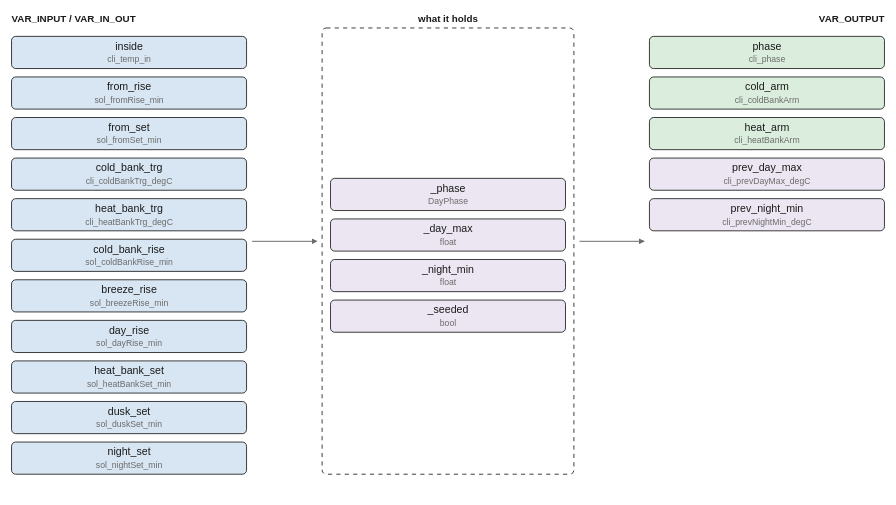
The draw.io diagram images/logic/day_phase.drawio.svg in pstch/botanik2, before a commit. Source tidied: cells renumbered, new cells last; positions are measured from the earlier drawing's top-left corner, leaving out a move shared by most shapes. The source it was exported from:
```xml
<mxGraphModel>
  <root>
    <mxCell id="0" />
    <mxCell id="1" parent="0" />
    <mxCell id="2" value="VAR_INPUT / VAR_IN_OUT" style="text;html=1;fontSize=7;fontColor=#1a1a1a;align=left;fontStyle=1;" parent="1" vertex="1">
      <mxGeometry width="110" height="11" as="geometry" />
    </mxCell>
    <mxCell id="3" value="what it holds" style="text;html=1;fontSize=7;fontColor=#1a1a1a;align=center;fontStyle=1;" parent="1" vertex="1">
      <mxGeometry x="312" width="65" height="11" as="geometry" />
    </mxCell>
    <mxCell id="4" value="VAR_OUTPUT" style="text;html=1;fontSize=7;fontColor=#1a1a1a;align=left;fontStyle=1;" parent="1" vertex="1">
      <mxGeometry x="624" width="50" height="11" as="geometry" />
    </mxCell>
    <mxCell id="5" value="inside" style="rounded=1;fillColor=#d8e6f3;strokeColor=#1a1a1a;whiteSpace=wrap;html=1;fontSize=8;" parent="1" vertex="1">
      <mxGeometry y="17" width="168" height="23" as="geometry" />
    </mxCell>
    <mxCell id="6" value="from_rise" style="rounded=1;fillColor=#d8e6f3;strokeColor=#1a1a1a;whiteSpace=wrap;html=1;fontSize=8;" parent="1" vertex="1">
      <mxGeometry y="46" width="168" height="23" as="geometry" />
    </mxCell>
    <mxCell id="7" value="from_set" style="rounded=1;fillColor=#d8e6f3;strokeColor=#1a1a1a;whiteSpace=wrap;html=1;fontSize=8;" parent="1" vertex="1">
      <mxGeometry y="75" width="168" height="23" as="geometry" />
    </mxCell>
    <mxCell id="8" value="cold_bank_trg" style="rounded=1;fillColor=#d8e6f3;strokeColor=#1a1a1a;whiteSpace=wrap;html=1;fontSize=8;" parent="1" vertex="1">
      <mxGeometry y="104" width="168" height="23" as="geometry" />
    </mxCell>
    <mxCell id="9" value="heat_bank_trg" style="rounded=1;fillColor=#d8e6f3;strokeColor=#1a1a1a;whiteSpace=wrap;html=1;fontSize=8;" parent="1" vertex="1">
      <mxGeometry y="133" width="168" height="23" as="geometry" />
    </mxCell>
    <mxCell id="10" value="cold_bank_rise" style="rounded=1;fillColor=#d8e6f3;strokeColor=#1a1a1a;whiteSpace=wrap;html=1;fontSize=8;" parent="1" vertex="1">
      <mxGeometry y="162" width="168" height="23" as="geometry" />
    </mxCell>
    <mxCell id="11" value="breeze_rise" style="rounded=1;fillColor=#d8e6f3;strokeColor=#1a1a1a;whiteSpace=wrap;html=1;fontSize=8;" parent="1" vertex="1">
      <mxGeometry y="191" width="168" height="23" as="geometry" />
    </mxCell>
    <mxCell id="12" value="day_rise" style="rounded=1;fillColor=#d8e6f3;strokeColor=#1a1a1a;whiteSpace=wrap;html=1;fontSize=8;" parent="1" vertex="1">
      <mxGeometry y="220" width="168" height="23" as="geometry" />
    </mxCell>
    <mxCell id="13" value="heat_bank_set" style="rounded=1;fillColor=#d8e6f3;strokeColor=#1a1a1a;whiteSpace=wrap;html=1;fontSize=8;" parent="1" vertex="1">
      <mxGeometry y="249" width="168" height="23" as="geometry" />
    </mxCell>
    <mxCell id="14" value="dusk_set" style="rounded=1;fillColor=#d8e6f3;strokeColor=#1a1a1a;whiteSpace=wrap;html=1;fontSize=8;" parent="1" vertex="1">
      <mxGeometry y="278" width="168" height="23" as="geometry" />
    </mxCell>
    <mxCell id="15" value="night_set" style="rounded=1;fillColor=#d8e6f3;strokeColor=#1a1a1a;whiteSpace=wrap;html=1;fontSize=8;" parent="1" vertex="1">
      <mxGeometry y="307" width="168" height="23" as="geometry" />
    </mxCell>
    <mxCell id="16" value="phase" style="rounded=1;fillColor=#dbeedd;strokeColor=#1a1a1a;whiteSpace=wrap;html=1;fontSize=8;" parent="1" vertex="1">
      <mxGeometry x="456" y="17" width="168" height="23" as="geometry" />
    </mxCell>
    <mxCell id="17" value="cold_arm" style="rounded=1;fillColor=#dbeedd;strokeColor=#1a1a1a;whiteSpace=wrap;html=1;fontSize=8;" parent="1" vertex="1">
      <mxGeometry x="456" y="46" width="168" height="23" as="geometry" />
    </mxCell>
    <mxCell id="18" value="heat_arm" style="rounded=1;fillColor=#dbeedd;strokeColor=#1a1a1a;whiteSpace=wrap;html=1;fontSize=8;" parent="1" vertex="1">
      <mxGeometry x="456" y="75" width="168" height="23" as="geometry" />
    </mxCell>
    <mxCell id="19" value="prev_day_max" style="rounded=1;fillColor=#ece6f2;strokeColor=#1a1a1a;whiteSpace=wrap;html=1;fontSize=8;" parent="1" vertex="1">
      <mxGeometry x="456" y="104" width="168" height="23" as="geometry" />
    </mxCell>
    <mxCell id="20" value="prev_night_min" style="rounded=1;fillColor=#ece6f2;strokeColor=#1a1a1a;whiteSpace=wrap;html=1;fontSize=8;" parent="1" vertex="1">
      <mxGeometry x="456" y="133" width="168" height="23" as="geometry" />
    </mxCell>
    <mxCell id="21" style="rounded=1;fillColor=#ffffff;strokeColor=#1a1a1a;whiteSpace=wrap;html=1;fontSize=8;dashed=1;" parent="1" vertex="1">
      <mxGeometry x="222" y="11" width="180" height="319" as="geometry" />
    </mxCell>
    <mxCell id="22" value="_phase" style="rounded=1;fillColor=#ece6f2;strokeColor=#1a1a1a;whiteSpace=wrap;html=1;fontSize=8;" parent="1" vertex="1">
      <mxGeometry x="228" y="118.5" width="168" height="23" as="geometry" />
    </mxCell>
    <mxCell id="23" value="_day_max" style="rounded=1;fillColor=#ece6f2;strokeColor=#1a1a1a;whiteSpace=wrap;html=1;fontSize=8;" parent="1" vertex="1">
      <mxGeometry x="228" y="147.5" width="168" height="23" as="geometry" />
    </mxCell>
    <mxCell id="24" value="_night_min" style="rounded=1;fillColor=#ece6f2;strokeColor=#1a1a1a;whiteSpace=wrap;html=1;fontSize=8;" parent="1" vertex="1">
      <mxGeometry x="228" y="176.5" width="168" height="23" as="geometry" />
    </mxCell>
    <mxCell id="25" value="_seeded" style="rounded=1;fillColor=#ece6f2;strokeColor=#1a1a1a;whiteSpace=wrap;html=1;fontSize=8;" parent="1" vertex="1">
      <mxGeometry x="228" y="205.5" width="168" height="23" as="geometry" />
    </mxCell>
    <mxCell id="26" style="edgeStyle=none;html=1;strokeColor=#6b6b6b;endArrow=block;" parent="1" edge="1">
      <mxGeometry relative="1" as="geometry">
        <mxPoint x="172" y="163.5" as="sourcePoint" />
        <mxPoint x="218" y="163.5" as="targetPoint" />
      </mxGeometry>
    </mxCell>
    <mxCell id="27" style="edgeStyle=none;html=1;strokeColor=#6b6b6b;endArrow=block;" parent="1" edge="1">
      <mxGeometry relative="1" as="geometry">
        <mxPoint x="406" y="163.5" as="sourcePoint" />
        <mxPoint x="452" y="163.5" as="targetPoint" />
      </mxGeometry>
    </mxCell>
  </root>
</mxGraphModel>
```
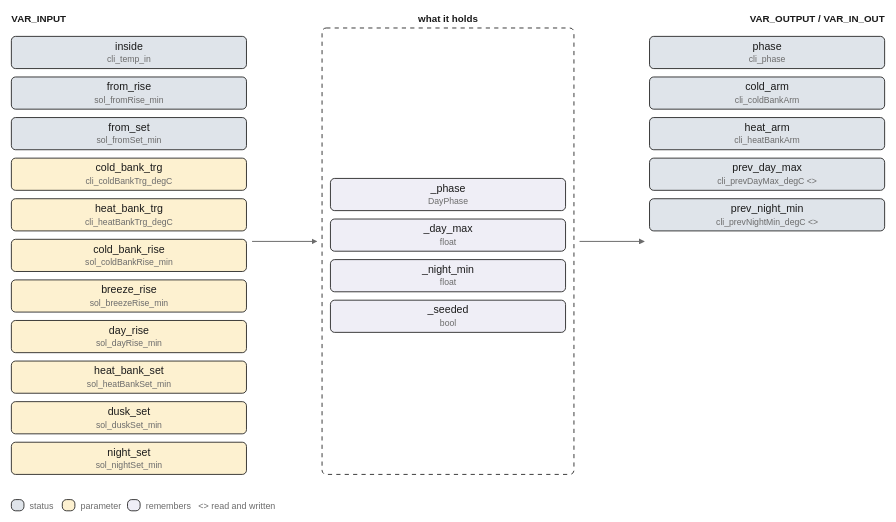
The same file after the commit.

The edit, as a diff of the source:
```diff
@@ -2,76 +2,76 @@
   <root>
     <mxCell id="0" />
     <mxCell id="1" parent="0" />
-    <mxCell id="2" value="VAR_INPUT / VAR_IN_OUT" style="text;html=1;fontSize=7;fontColor=#1a1a1a;align=left;fontStyle=1;" parent="1" vertex="1">
-      <mxGeometry width="110" height="11" as="geometry" />
+    <mxCell id="2" value="VAR_INPUT" style="text;html=1;fontSize=7;fontColor=#1a1a1a;align=left;fontStyle=1;" parent="1" vertex="1">
+      <mxGeometry width="45" height="11" as="geometry" />
     </mxCell>
     <mxCell id="3" value="what it holds" style="text;html=1;fontSize=7;fontColor=#1a1a1a;align=center;fontStyle=1;" parent="1" vertex="1">
       <mxGeometry x="312" width="65" height="11" as="geometry" />
     </mxCell>
-    <mxCell id="4" value="VAR_OUTPUT" style="text;html=1;fontSize=7;fontColor=#1a1a1a;align=left;fontStyle=1;" parent="1" vertex="1">
-      <mxGeometry x="624" width="50" height="11" as="geometry" />
+    <mxCell id="4" value="VAR_OUTPUT / VAR_IN_OUT" style="text;html=1;fontSize=7;fontColor=#1a1a1a;align=left;fontStyle=1;" parent="1" vertex="1">
+      <mxGeometry x="624" width="115" height="11" as="geometry" />
     </mxCell>
-    <mxCell id="5" value="inside" style="rounded=1;fillColor=#d8e6f3;strokeColor=#1a1a1a;whiteSpace=wrap;html=1;fontSize=8;" parent="1" vertex="1">
+    <mxCell id="5" value="inside" style="rounded=1;fillColor=#dfe4ea;strokeColor=#1a1a1a;whiteSpace=wrap;html=1;fontSize=8;" parent="1" vertex="1">
       <mxGeometry y="17" width="168" height="23" as="geometry" />
     </mxCell>
-    <mxCell id="6" value="from_rise" style="rounded=1;fillColor=#d8e6f3;strokeColor=#1a1a1a;whiteSpace=wrap;html=1;fontSize=8;" parent="1" vertex="1">
+    <mxCell id="6" value="from_rise" style="rounded=1;fillColor=#dfe4ea;strokeColor=#1a1a1a;whiteSpace=wrap;html=1;fontSize=8;" parent="1" vertex="1">
       <mxGeometry y="46" width="168" height="23" as="geometry" />
     </mxCell>
-    <mxCell id="7" value="from_set" style="rounded=1;fillColor=#d8e6f3;strokeColor=#1a1a1a;whiteSpace=wrap;html=1;fontSize=8;" parent="1" vertex="1">
+    <mxCell id="7" value="from_set" style="rounded=1;fillColor=#dfe4ea;strokeColor=#1a1a1a;whiteSpace=wrap;html=1;fontSize=8;" parent="1" vertex="1">
       <mxGeometry y="75" width="168" height="23" as="geometry" />
     </mxCell>
-    <mxCell id="8" value="cold_bank_trg" style="rounded=1;fillColor=#d8e6f3;strokeColor=#1a1a1a;whiteSpace=wrap;html=1;fontSize=8;" parent="1" vertex="1">
+    <mxCell id="8" value="cold_bank_trg" style="rounded=1;fillColor=#fdf1d0;strokeColor=#1a1a1a;whiteSpace=wrap;html=1;fontSize=8;" parent="1" vertex="1">
       <mxGeometry y="104" width="168" height="23" as="geometry" />
     </mxCell>
-    <mxCell id="9" value="heat_bank_trg" style="rounded=1;fillColor=#d8e6f3;strokeColor=#1a1a1a;whiteSpace=wrap;html=1;fontSize=8;" parent="1" vertex="1">
+    <mxCell id="9" value="heat_bank_trg" style="rounded=1;fillColor=#fdf1d0;strokeColor=#1a1a1a;whiteSpace=wrap;html=1;fontSize=8;" parent="1" vertex="1">
       <mxGeometry y="133" width="168" height="23" as="geometry" />
     </mxCell>
-    <mxCell id="10" value="cold_bank_rise" style="rounded=1;fillColor=#d8e6f3;strokeColor=#1a1a1a;whiteSpace=wrap;html=1;fontSize=8;" parent="1" vertex="1">
+    <mxCell id="10" value="cold_bank_rise" style="rounded=1;fillColor=#fdf1d0;strokeColor=#1a1a1a;whiteSpace=wrap;html=1;fontSize=8;" parent="1" vertex="1">
       <mxGeometry y="162" width="168" height="23" as="geometry" />
     </mxCell>
-    <mxCell id="11" value="breeze_rise" style="rounded=1;fillColor=#d8e6f3;strokeColor=#1a1a1a;whiteSpace=wrap;html=1;fontSize=8;" parent="1" vertex="1">
+    <mxCell id="11" value="breeze_rise" style="rounded=1;fillColor=#fdf1d0;strokeColor=#1a1a1a;whiteSpace=wrap;html=1;fontSize=8;" parent="1" vertex="1">
       <mxGeometry y="191" width="168" height="23" as="geometry" />
     </mxCell>
-    <mxCell id="12" value="day_rise" style="rounded=1;fillColor=#d8e6f3;strokeColor=#1a1a1a;whiteSpace=wrap;html=1;fontSize=8;" parent="1" vertex="1">
+    <mxCell id="12" value="day_rise" style="rounded=1;fillColor=#fdf1d0;strokeColor=#1a1a1a;whiteSpace=wrap;html=1;fontSize=8;" parent="1" vertex="1">
       <mxGeometry y="220" width="168" height="23" as="geometry" />
     </mxCell>
-    <mxCell id="13" value="heat_bank_set" style="rounded=1;fillColor=#d8e6f3;strokeColor=#1a1a1a;whiteSpace=wrap;html=1;fontSize=8;" parent="1" vertex="1">
+    <mxCell id="13" value="heat_bank_set" style="rounded=1;fillColor=#fdf1d0;strokeColor=#1a1a1a;whiteSpace=wrap;html=1;fontSize=8;" parent="1" vertex="1">
       <mxGeometry y="249" width="168" height="23" as="geometry" />
     </mxCell>
-    <mxCell id="14" value="dusk_set" style="rounded=1;fillColor=#d8e6f3;strokeColor=#1a1a1a;whiteSpace=wrap;html=1;fontSize=8;" parent="1" vertex="1">
+    <mxCell id="14" value="dusk_set" style="rounded=1;fillColor=#fdf1d0;strokeColor=#1a1a1a;whiteSpace=wrap;html=1;fontSize=8;" parent="1" vertex="1">
       <mxGeometry y="278" width="168" height="23" as="geometry" />
     </mxCell>
-    <mxCell id="15" value="night_set" style="rounded=1;fillColor=#d8e6f3;strokeColor=#1a1a1a;whiteSpace=wrap;html=1;fontSize=8;" parent="1" vertex="1">
+    <mxCell id="15" value="night_set" style="rounded=1;fillColor=#fdf1d0;strokeColor=#1a1a1a;whiteSpace=wrap;html=1;fontSize=8;" parent="1" vertex="1">
       <mxGeometry y="307" width="168" height="23" as="geometry" />
     </mxCell>
-    <mxCell id="16" value="phase" style="rounded=1;fillColor=#dbeedd;strokeColor=#1a1a1a;whiteSpace=wrap;html=1;fontSize=8;" parent="1" vertex="1">
+    <mxCell id="16" value="phase" style="rounded=1;fillColor=#dfe4ea;strokeColor=#1a1a1a;whiteSpace=wrap;html=1;fontSize=8;" parent="1" vertex="1">
       <mxGeometry x="456" y="17" width="168" height="23" as="geometry" />
     </mxCell>
-    <mxCell id="17" value="cold_arm" style="rounded=1;fillColor=#dbeedd;strokeColor=#1a1a1a;whiteSpace=wrap;html=1;fontSize=8;" parent="1" vertex="1">
+    <mxCell id="17" value="cold_arm" style="rounded=1;fillColor=#dfe4ea;strokeColor=#1a1a1a;whiteSpace=wrap;html=1;fontSize=8;" parent="1" vertex="1">
       <mxGeometry x="456" y="46" width="168" height="23" as="geometry" />
     </mxCell>
-    <mxCell id="18" value="heat_arm" style="rounded=1;fillColor=#dbeedd;strokeColor=#1a1a1a;whiteSpace=wrap;html=1;fontSize=8;" parent="1" vertex="1">
+    <mxCell id="18" value="heat_arm" style="rounded=1;fillColor=#dfe4ea;strokeColor=#1a1a1a;whiteSpace=wrap;html=1;fontSize=8;" parent="1" vertex="1">
       <mxGeometry x="456" y="75" width="168" height="23" as="geometry" />
     </mxCell>
-    <mxCell id="19" value="prev_day_max" style="rounded=1;fillColor=#ece6f2;strokeColor=#1a1a1a;whiteSpace=wrap;html=1;fontSize=8;" parent="1" vertex="1">
+    <mxCell id="19" value="prev_day_max" style="rounded=1;fillColor=#dfe4ea;strokeColor=#1a1a1a;whiteSpace=wrap;html=1;fontSize=8;" parent="1" vertex="1">
       <mxGeometry x="456" y="104" width="168" height="23" as="geometry" />
     </mxCell>
-    <mxCell id="20" value="prev_night_min" style="rounded=1;fillColor=#ece6f2;strokeColor=#1a1a1a;whiteSpace=wrap;html=1;fontSize=8;" parent="1" vertex="1">
+    <mxCell id="20" value="prev_night_min" style="rounded=1;fillColor=#dfe4ea;strokeColor=#1a1a1a;whiteSpace=wrap;html=1;fontSize=8;" parent="1" vertex="1">
       <mxGeometry x="456" y="133" width="168" height="23" as="geometry" />
     </mxCell>
     <mxCell id="21" style="rounded=1;fillColor=#ffffff;strokeColor=#1a1a1a;whiteSpace=wrap;html=1;fontSize=8;dashed=1;" parent="1" vertex="1">
       <mxGeometry x="222" y="11" width="180" height="319" as="geometry" />
     </mxCell>
-    <mxCell id="22" value="_phase" style="rounded=1;fillColor=#ece6f2;strokeColor=#1a1a1a;whiteSpace=wrap;html=1;fontSize=8;" parent="1" vertex="1">
+    <mxCell id="22" value="_phase" style="rounded=1;fillColor=#efeef6;strokeColor=#1a1a1a;whiteSpace=wrap;html=1;fontSize=8;" parent="1" vertex="1">
       <mxGeometry x="228" y="118.5" width="168" height="23" as="geometry" />
     </mxCell>
-    <mxCell id="23" value="_day_max" style="rounded=1;fillColor=#ece6f2;strokeColor=#1a1a1a;whiteSpace=wrap;html=1;fontSize=8;" parent="1" vertex="1">
+    <mxCell id="23" value="_day_max" style="rounded=1;fillColor=#efeef6;strokeColor=#1a1a1a;whiteSpace=wrap;html=1;fontSize=8;" parent="1" vertex="1">
       <mxGeometry x="228" y="147.5" width="168" height="23" as="geometry" />
     </mxCell>
-    <mxCell id="24" value="_night_min" style="rounded=1;fillColor=#ece6f2;strokeColor=#1a1a1a;whiteSpace=wrap;html=1;fontSize=8;" parent="1" vertex="1">
+    <mxCell id="24" value="_night_min" style="rounded=1;fillColor=#efeef6;strokeColor=#1a1a1a;whiteSpace=wrap;html=1;fontSize=8;" parent="1" vertex="1">
       <mxGeometry x="228" y="176.5" width="168" height="23" as="geometry" />
     </mxCell>
-    <mxCell id="25" value="_seeded" style="rounded=1;fillColor=#ece6f2;strokeColor=#1a1a1a;whiteSpace=wrap;html=1;fontSize=8;" parent="1" vertex="1">
+    <mxCell id="25" value="_seeded" style="rounded=1;fillColor=#efeef6;strokeColor=#1a1a1a;whiteSpace=wrap;html=1;fontSize=8;" parent="1" vertex="1">
       <mxGeometry x="228" y="205.5" width="168" height="23" as="geometry" />
     </mxCell>
     <mxCell id="26" style="edgeStyle=none;html=1;strokeColor=#6b6b6b;endArrow=block;" parent="1" edge="1">
@@ -86,5 +86,26 @@
         <mxPoint x="452" y="163.5" as="targetPoint" />
       </mxGeometry>
     </mxCell>
+    <mxCell id="28" style="rounded=1;fillColor=#dfe4ea;strokeColor=#1a1a1a;whiteSpace=wrap;html=1;fontSize=8;" parent="1" vertex="1">
+      <mxGeometry y="348" width="9" height="8" as="geometry" />
+    </mxCell>
+    <mxCell id="29" value="status" style="text;html=1;fontSize=6;fontColor=#6b6b6b;align=left;" parent="1" vertex="1">
+      <mxGeometry x="13" y="348.6" width="40" height="10.4" as="geometry" />
+    </mxCell>
+    <mxCell id="30" style="rounded=1;fillColor=#fdf1d0;strokeColor=#1a1a1a;whiteSpace=wrap;html=1;fontSize=8;" parent="1" vertex="1">
+      <mxGeometry x="36.4" y="348" width="9" height="8" as="geometry" />
+    </mxCell>
+    <mxCell id="31" value="parameter" style="text;html=1;fontSize=6;fontColor=#6b6b6b;align=left;" parent="1" vertex="1">
+      <mxGeometry x="49.4" y="348.6" width="45" height="10.4" as="geometry" />
+    </mxCell>
+    <mxCell id="32" style="rounded=1;fillColor=#efeef6;strokeColor=#1a1a1a;whiteSpace=wrap;html=1;fontSize=8;" parent="1" vertex="1">
+      <mxGeometry x="83" y="348" width="9" height="8" as="geometry" />
+    </mxCell>
+    <mxCell id="33" value="remembers" style="text;html=1;fontSize=6;fontColor=#6b6b6b;align=left;" parent="1" vertex="1">
+      <mxGeometry x="96" y="348.6" width="45" height="10.4" as="geometry" />
+    </mxCell>
+    <mxCell id="34" value="&lt;&gt; read and written" style="text;html=1;fontSize=6;fontColor=#6b6b6b;align=left;" parent="1" vertex="1">
+      <mxGeometry x="133.6" y="348.6" width="95" height="10.4" as="geometry" />
+    </mxCell>
   </root>
 </mxGraphModel>
```
